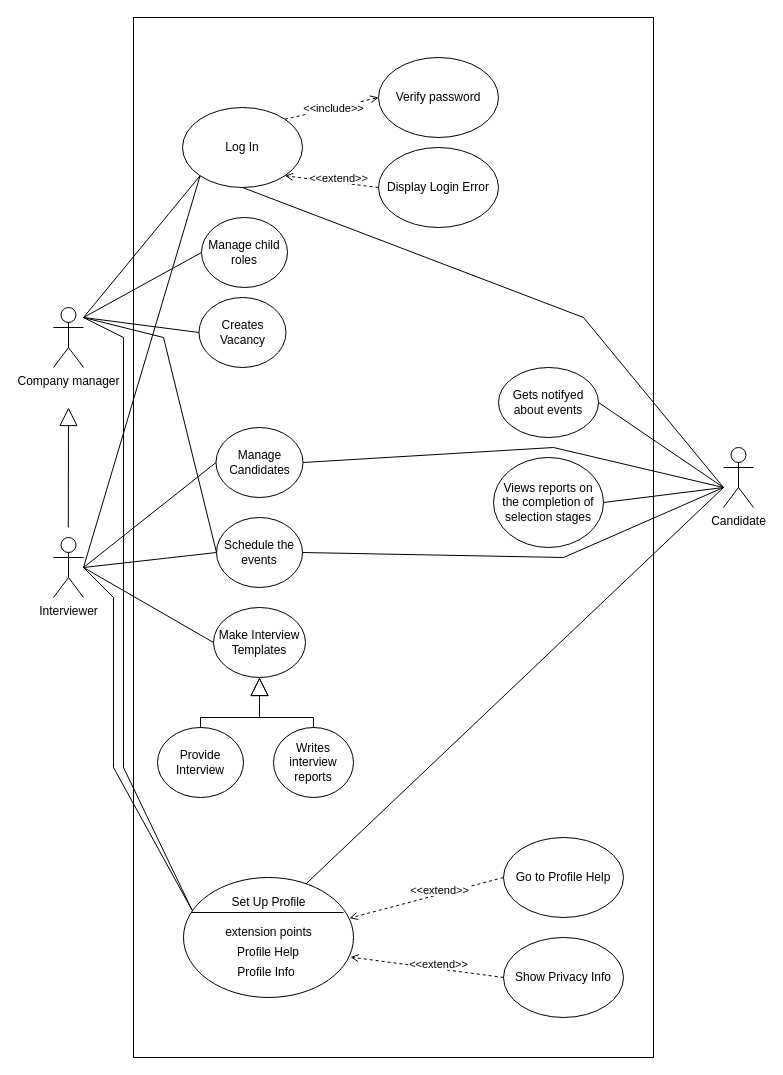
Before: TheUse-CaseView.drawio in ilkuzmenko/uml-diagrams, a draw.io diagram. Source tidied: cells renumbered, new cells numbered last; positions are measured from the earlier drawing's top-left corner, leaving out a move shared by most shapes. Both pictures are drawn from the tidied source at 100%, with x=0, y=0 at pixel (53, 17).
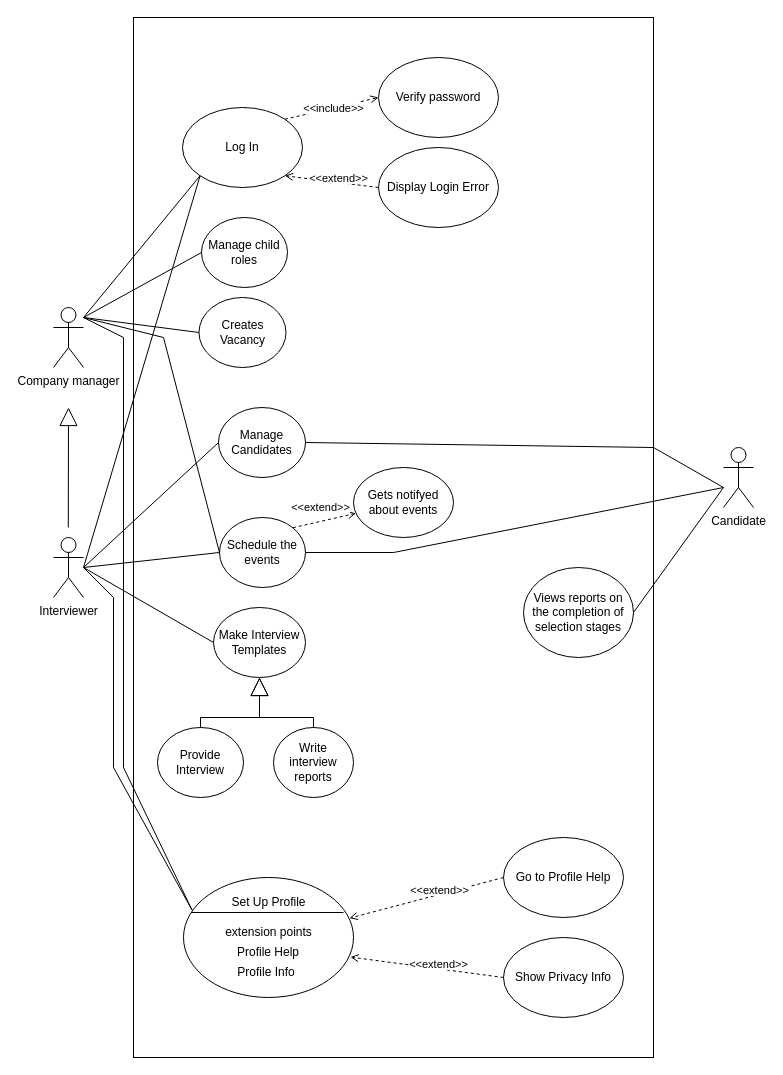
The same diagram, later.

Unchanged cells that the change refers to:
```xml
<mxCell id="14" value="Log In" style="ellipse;whiteSpace=wrap;html=1;" parent="1" vertex="1">
  <mxGeometry x="129" y="90" width="120" height="80" as="geometry" />
</mxCell>
<mxCell id="20" style="shape=ellipse;horizontal=1;html=1;dashed=0;" parent="1" vertex="1">
  <mxGeometry x="130" y="860" width="170" height="120" as="geometry" />
</mxCell>
```

Change to the diagram source:
```diff
@@
     <mxCell id="8" value="Manage Candidates" style="ellipse;whiteSpace=wrap;html=1;" parent="1" vertex="1">
-      <mxGeometry x="162.5" y="410" width="87" height="70" as="geometry" />
+      <mxGeometry x="165" y="390" width="87" height="70" as="geometry" />
     </mxCell>
@@
-    <mxCell id="10" value="Writes interview reports" style="ellipse;whiteSpace=wrap;html=1;" parent="1" vertex="1">
+    <mxCell id="10" value="Write interview reports" style="ellipse;whiteSpace=wrap;html=1;" parent="1" vertex="1">
       <mxGeometry x="220" y="710" width="80" height="70" as="geometry" />
     </mxCell>
     <mxCell id="11" value="Views reports on the completion of selection stages" style="ellipse;whiteSpace=wrap;html=1;" parent="1" vertex="1">
-      <mxGeometry x="440" y="440" width="110" height="90" as="geometry" />
+      <mxGeometry x="470" y="550" width="110" height="90" as="geometry" />
     </mxCell>
@@
     <mxCell id="13" value="Schedule the events" style="ellipse;whiteSpace=wrap;html=1;" parent="1" vertex="1">
-      <mxGeometry x="163" y="500" width="86" height="70" as="geometry" />
+      <mxGeometry x="166" y="500" width="86" height="70" as="geometry" />
     </mxCell>
@@
     <mxCell id="15" value="Gets notifyed about events" style="ellipse;whiteSpace=wrap;html=1;" parent="1" vertex="1">
-      <mxGeometry x="445" y="350" width="100" height="70" as="geometry" />
+      <mxGeometry x="300" y="450" width="100" height="70" as="geometry" />
     </mxCell>
@@
-    <mxCell id="33" style="endArrow=none;startArrow=none;endFill=0;startFill=0;endSize=8;html=1;verticalAlign=bottom;labelBackgroundColor=none;strokeWidth=1;rounded=0;exitX=0.72;exitY=0.054;exitDx=0;exitDy=0;exitPerimeter=0;" parent="1" edge="1" source="20">
-      <mxGeometry relative="1" as="geometry">
-        <mxPoint x="670" y="470" as="targetPoint" />
-      </mxGeometry>
-    </mxCell>
-    <mxCell id="34" style="endArrow=none;startArrow=none;endFill=0;startFill=0;endSize=8;html=1;verticalAlign=bottom;labelBackgroundColor=none;strokeWidth=1;rounded=0;exitX=1;exitY=0.5;exitDx=0;exitDy=0;" parent="1" edge="1" source="15">
-      <mxGeometry relative="1" as="geometry">
-        <mxPoint x="670" y="470" as="targetPoint" />
-      </mxGeometry>
-    </mxCell>
@@
     <mxCell id="38" style="endArrow=none;startArrow=none;endFill=0;startFill=0;endSize=8;html=1;verticalAlign=bottom;labelBackgroundColor=none;strokeWidth=1;rounded=0;exitX=1;exitY=0.5;exitDx=0;exitDy=0;" parent="1" edge="1" source="8">
       <mxGeometry relative="1" as="geometry">
         <mxPoint x="670" y="470" as="targetPoint" />
         <Array as="points">
-          <mxPoint x="500" y="430" />
+          <mxPoint x="600" y="430" />
         </Array>
       </mxGeometry>
     </mxCell>
     <mxCell id="39" style="endArrow=none;startArrow=none;endFill=0;startFill=0;endSize=8;html=1;verticalAlign=bottom;labelBackgroundColor=none;strokeWidth=1;rounded=0;entryX=1;entryY=0.5;entryDx=0;entryDy=0;" parent="1" edge="1" target="13">
       <mxGeometry relative="1" as="geometry">
         <mxPoint x="670" y="470" as="sourcePoint" />
         <Array as="points">
-          <mxPoint x="510" y="540" />
+          <mxPoint x="340" y="535" />
         </Array>
       </mxGeometry>
     </mxCell>
@@
-    <mxCell id="42" style="endArrow=none;startArrow=none;endFill=0;startFill=0;endSize=8;html=1;verticalAlign=bottom;labelBackgroundColor=none;strokeWidth=1;rounded=0;entryX=0.5;entryY=1;entryDx=0;entryDy=0;" parent="1" edge="1" target="14">
-      <mxGeometry relative="1" as="geometry">
-        <mxPoint x="670" y="470" as="sourcePoint" />
-        <Array as="points">
-          <mxPoint x="530" y="300" />
-        </Array>
-      </mxGeometry>
-    </mxCell>
@@
+    <mxCell id="49" value="&lt;span style=&quot;background-color: rgb(255, 255, 255);&quot;&gt;&amp;lt;&amp;lt;extend&amp;gt;&amp;gt;&lt;/span&gt;" style="html=1;verticalAlign=bottom;labelBackgroundColor=none;endArrow=open;endFill=0;dashed=1;rounded=0;exitX=1;exitY=0;exitDx=0;exitDy=0;" parent="1" edge="1" source="13" target="15">
+      <mxGeometry x="-0.11" y="5" relative="1" as="geometry" />
+    </mxCell>
```
